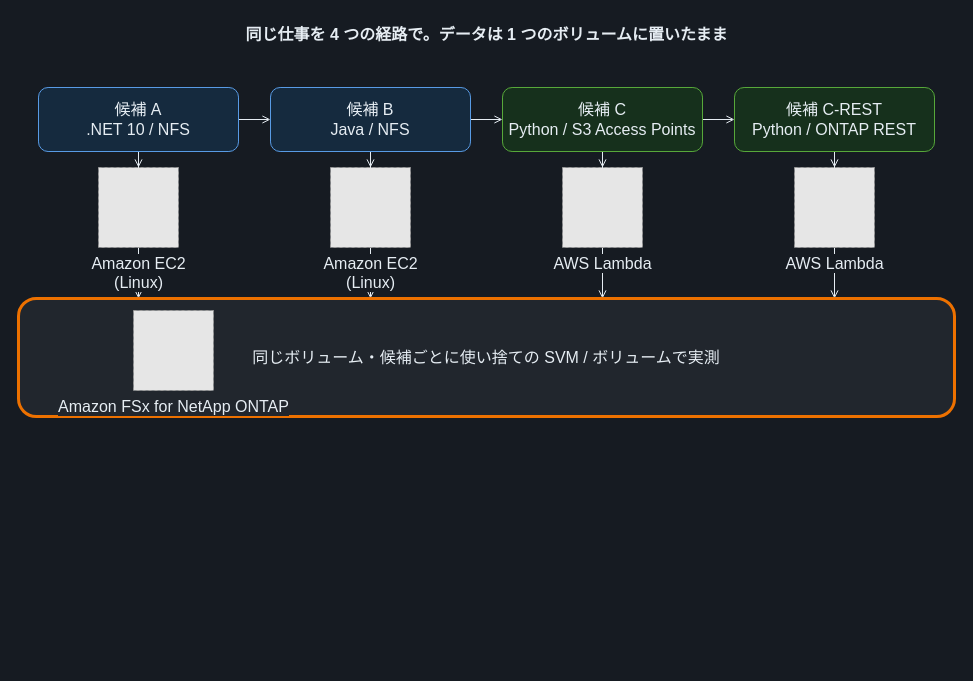
This is docs/_assets/diagrams/cover-appmod-runtime-dark.drawio from Yoshiki0705/FSx-for-ONTAP-App-Modernization-Patterns, a draw.io file, before an edit. Source tidied: cells renumbered, new cells numbered last; positions are measured from the earlier drawing's top-left corner, leaving out a move shared by most shapes. Both pictures are drawn from the tidied source at 100%, with x=0, y=0 at pixel (18, 17). Pictures stored in the file or linked from it are replaced by grey dashed boxes.
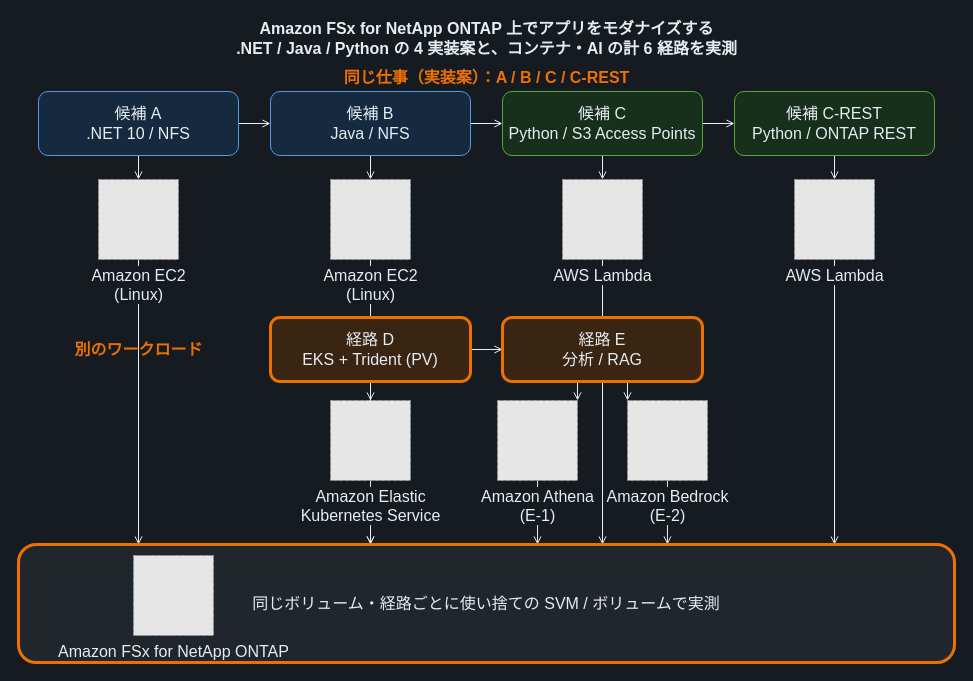
After the change.

The edit, as a diff of the source:
```diff
@@
-    <mxCell id="2" value="同じ仕事を 4 つの経路で。データは 1 つのボリュームに置いたまま" style="text;html=1;align=center;verticalAlign=middle;fontSize=16;fontStyle=1;fontColor=#E6EDF3;" parent="1" vertex="1">
-      <mxGeometry width="936" height="34" as="geometry" />
+    <mxCell id="2" value="Amazon FSx for NetApp ONTAP 上でアプリをモダナイズする&lt;br&gt;.NET / Java / Python の 4 実装案と、コンテナ・AI の計 6 経路を実測" style="text;html=1;align=center;verticalAlign=middle;fontSize=16;fontStyle=1;fontColor=#E6EDF3;" parent="1" vertex="1">
+      <mxGeometry y="4" width="936" height="34" as="geometry" />
     </mxCell>
@@
-    <mxCell id="10" style="edgeStyle=orthogonalEdgeStyle;rounded=0;jettySize=auto;html=1;endArrow=open;endFill=0;strokeColor=#E6EDF3;strokeWidth=1;fontSize=16;fontColor=#E6EDF3;labelBackgroundColor=#161B22;entryX=0.1282051282051282;entryY=0.0;entryDx=0;entryDy=0;" parent="1" edge="1" source="18" target="22">
+    <mxCell id="10" style="edgeStyle=orthogonalEdgeStyle;rounded=0;jettySize=auto;html=1;endArrow=open;endFill=0;strokeColor=#E6EDF3;strokeWidth=1;fontSize=16;fontColor=#E6EDF3;labelBackgroundColor=#161B22;" parent="1" edge="1" source="33" target="34">
       <mxGeometry relative="1" as="geometry" />
     </mxCell>
-    <mxCell id="11" style="edgeStyle=orthogonalEdgeStyle;rounded=0;jettySize=auto;html=1;endArrow=open;endFill=0;strokeColor=#E6EDF3;strokeWidth=1;fontSize=16;fontColor=#E6EDF3;labelBackgroundColor=#161B22;entryX=0.37606837606837606;entryY=0.0;entryDx=0;entryDy=0;" parent="1" edge="1" source="19" target="22">
+    <mxCell id="11" style="edgeStyle=orthogonalEdgeStyle;rounded=0;jettySize=auto;html=1;endArrow=open;endFill=0;strokeColor=#E6EDF3;strokeWidth=1;fontSize=16;fontColor=#E6EDF3;labelBackgroundColor=#161B22;" parent="1" edge="1" source="33" target="35">
       <mxGeometry relative="1" as="geometry" />
     </mxCell>
-    <mxCell id="12" style="edgeStyle=orthogonalEdgeStyle;rounded=0;jettySize=auto;html=1;endArrow=open;endFill=0;strokeColor=#E6EDF3;strokeWidth=1;fontSize=16;fontColor=#E6EDF3;labelBackgroundColor=#161B22;entryX=0.6239316239316239;entryY=0.0;entryDx=0;entryDy=0;" parent="1" edge="1" source="20" target="22">
+    <mxCell id="12" style="edgeStyle=orthogonalEdgeStyle;rounded=0;jettySize=auto;html=1;endArrow=open;endFill=0;strokeColor=#E6EDF3;strokeWidth=1;fontSize=16;fontColor=#E6EDF3;labelBackgroundColor=#161B22;exitX=0.4;exitY=1.0;exitDx=0;exitDy=0;entryX=1.0;entryY=0.0;entryDx=0;entryDy=0;" parent="1" edge="1" source="34" target="36">
       <mxGeometry relative="1" as="geometry" />
     </mxCell>
-    <mxCell id="13" style="edgeStyle=orthogonalEdgeStyle;rounded=0;jettySize=auto;html=1;endArrow=open;endFill=0;strokeColor=#E6EDF3;strokeWidth=1;fontSize=16;fontColor=#E6EDF3;labelBackgroundColor=#161B22;entryX=0.8717948717948718;entryY=0.0;entryDx=0;entryDy=0;" parent="1" edge="1" source="21" target="22">
+    <mxCell id="13" style="edgeStyle=orthogonalEdgeStyle;rounded=0;jettySize=auto;html=1;endArrow=open;endFill=0;strokeColor=#E6EDF3;strokeWidth=1;fontSize=16;fontColor=#E6EDF3;labelBackgroundColor=#161B22;exitX=0.6;exitY=1.0;exitDx=0;exitDy=0;entryX=0.0;entryY=0.0;entryDx=0;entryDy=0;" parent="1" edge="1" source="34" target="37">
       <mxGeometry relative="1" as="geometry" />
     </mxCell>
+    <mxCell id="24" style="edgeStyle=orthogonalEdgeStyle;rounded=0;jettySize=auto;html=1;endArrow=open;endFill=0;strokeColor=#E6EDF3;strokeWidth=1;fontSize=16;fontColor=#E6EDF3;labelBackgroundColor=#161B22;entryX=0.1282051282051282;entryY=0.0;entryDx=0;entryDy=0;" parent="1" edge="1" source="18" target="22">
+      <mxGeometry relative="1" as="geometry" />
+    </mxCell>
+    <mxCell id="25" style="edgeStyle=orthogonalEdgeStyle;rounded=0;jettySize=auto;html=1;endArrow=open;endFill=0;strokeColor=#E6EDF3;strokeWidth=1;fontSize=16;fontColor=#E6EDF3;labelBackgroundColor=#161B22;entryX=0.37606837606837606;entryY=0.0;entryDx=0;entryDy=0;" parent="1" edge="1" source="19" target="22">
+      <mxGeometry relative="1" as="geometry" />
+    </mxCell>
+    <mxCell id="26" style="edgeStyle=orthogonalEdgeStyle;rounded=0;jettySize=auto;html=1;endArrow=open;endFill=0;strokeColor=#E6EDF3;strokeWidth=1;fontSize=16;fontColor=#E6EDF3;labelBackgroundColor=#161B22;entryX=0.6239316239316239;entryY=0.0;entryDx=0;entryDy=0;" parent="1" edge="1" source="20" target="22">
+      <mxGeometry relative="1" as="geometry" />
+    </mxCell>
+    <mxCell id="27" style="edgeStyle=orthogonalEdgeStyle;rounded=0;jettySize=auto;html=1;endArrow=open;endFill=0;strokeColor=#E6EDF3;strokeWidth=1;fontSize=16;fontColor=#E6EDF3;labelBackgroundColor=#161B22;entryX=0.8717948717948718;entryY=0.0;entryDx=0;entryDy=0;" parent="1" edge="1" source="21" target="22">
+      <mxGeometry relative="1" as="geometry" />
+    </mxCell>
+    <mxCell id="28" style="edgeStyle=orthogonalEdgeStyle;rounded=0;jettySize=auto;html=1;endArrow=open;endFill=0;strokeColor=#E6EDF3;strokeWidth=1;fontSize=16;fontColor=#E6EDF3;labelBackgroundColor=#161B22;entryX=0.37606837606837606;entryY=0.0;entryDx=0;entryDy=0;" parent="1" edge="1" source="35" target="22">
+      <mxGeometry relative="1" as="geometry" />
+    </mxCell>
+    <mxCell id="29" style="edgeStyle=orthogonalEdgeStyle;rounded=0;jettySize=auto;html=1;endArrow=open;endFill=0;strokeColor=#E6EDF3;strokeWidth=1;fontSize=16;fontColor=#E6EDF3;labelBackgroundColor=#161B22;entryX=0.5545299145299145;entryY=0.0;entryDx=0;entryDy=0;" parent="1" edge="1" source="36" target="22">
+      <mxGeometry relative="1" as="geometry" />
+    </mxCell>
+    <mxCell id="30" style="edgeStyle=orthogonalEdgeStyle;rounded=0;jettySize=auto;html=1;endArrow=open;endFill=0;strokeColor=#E6EDF3;strokeWidth=1;fontSize=16;fontColor=#E6EDF3;labelBackgroundColor=#161B22;entryX=0.6933333333333332;entryY=0.0;entryDx=0;entryDy=0;" parent="1" edge="1" source="37" target="22">
+      <mxGeometry relative="1" as="geometry" />
+    </mxCell>
+    <mxCell id="31" value="同じ仕事（実装案）：A / B / C / C-REST" style="text;html=1;align=center;verticalAlign=middle;fontSize=16;fontStyle=1;fontColor=#ED7100;" parent="1" vertex="1">
+      <mxGeometry x="236" y="48" width="464" height="24" as="geometry" />
+    </mxCell>
+    <mxCell id="32" value="別のワークロード" style="text;html=1;align=center;verticalAlign=middle;fontSize=16;fontStyle=1;fontColor=#ED7100;" parent="1" vertex="1">
+      <mxGeometry x="4" y="320" width="232" height="24" as="geometry" />
+    </mxCell>
     <mxCell id="14" value="候補 A&lt;br&gt;.NET 10 / NFS" style="rounded=1;whiteSpace=wrap;html=1;dashed=0;strokeColor=#589BE5;fillColor=#152A3E;align=center;verticalAlign=middle;fontSize=16;fontColor=#E6EDF3;" parent="1" vertex="1">
-      <mxGeometry x="20" y="70" width="200" height="64" as="geometry" />
+      <mxGeometry x="20" y="74" width="200" height="64" as="geometry" />
     </mxCell>
     <mxCell id="15" value="候補 B&lt;br&gt;Java / NFS" style="rounded=1;whiteSpace=wrap;html=1;dashed=0;strokeColor=#589BE5;fillColor=#152A3E;align=center;verticalAlign=middle;fontSize=16;fontColor=#E6EDF3;" parent="1" vertex="1">
-      <mxGeometry x="252" y="70" width="200" height="64" as="geometry" />
+      <mxGeometry x="252" y="74" width="200" height="64" as="geometry" />
     </mxCell>
     <mxCell id="16" value="候補 C&lt;br&gt;Python / S3 Access Points" style="rounded=1;whiteSpace=wrap;html=1;dashed=0;strokeColor=#57A83A;fillColor=#16301C;align=center;verticalAlign=middle;fontSize=16;fontColor=#E6EDF3;" parent="1" vertex="1">
-      <mxGeometry x="484" y="70" width="200" height="64" as="geometry" />
+      <mxGeometry x="484" y="74" width="200" height="64" as="geometry" />
     </mxCell>
     <mxCell id="17" value="候補 C-REST&lt;br&gt;Python / ONTAP REST" style="rounded=1;whiteSpace=wrap;html=1;dashed=0;strokeColor=#57A83A;fillColor=#16301C;align=center;verticalAlign=middle;fontSize=16;fontColor=#E6EDF3;" parent="1" vertex="1">
-      <mxGeometry x="716" y="70" width="200" height="64" as="geometry" />
+      <mxGeometry x="716" y="74" width="200" height="64" as="geometry" />
     </mxCell>
     <mxCell id="18" value="Amazon EC2&lt;br&gt;(Linux)" style="fillColor=#E6E6E6;strokeColor=#999999;dashed=1;html=1;verticalLabelPosition=bottom;verticalAlign=top;labelPosition=center;align=center;fontSize=16;fontColor=#E6EDF3;labelBackgroundColor=#161B22;" parent="1" vertex="1">
-      <mxGeometry x="80" y="150" width="80" height="80" as="geometry" />
+      <mxGeometry x="80" y="162" width="80" height="80" as="geometry" />
     </mxCell>
     <mxCell id="19" value="Amazon EC2&lt;br&gt;(Linux)" style="fillColor=#E6E6E6;strokeColor=#999999;dashed=1;html=1;verticalLabelPosition=bottom;verticalAlign=top;labelPosition=center;align=center;fontSize=16;fontColor=#E6EDF3;labelBackgroundColor=#161B22;" parent="1" vertex="1">
-      <mxGeometry x="312" y="150" width="80" height="80" as="geometry" />
+      <mxGeometry x="312" y="162" width="80" height="80" as="geometry" />
     </mxCell>
     <mxCell id="20" value="AWS Lambda" style="fillColor=#E6E6E6;strokeColor=#999999;dashed=1;html=1;verticalLabelPosition=bottom;verticalAlign=top;labelPosition=center;align=center;fontSize=16;fontColor=#E6EDF3;labelBackgroundColor=#161B22;" parent="1" vertex="1">
-      <mxGeometry x="544" y="150" width="80" height="80" as="geometry" />
+      <mxGeometry x="544" y="162" width="80" height="80" as="geometry" />
     </mxCell>
     <mxCell id="21" value="AWS Lambda" style="fillColor=#E6E6E6;strokeColor=#999999;dashed=1;html=1;verticalLabelPosition=bottom;verticalAlign=top;labelPosition=center;align=center;fontSize=16;fontColor=#E6EDF3;labelBackgroundColor=#161B22;" parent="1" vertex="1">
-      <mxGeometry x="776" y="150" width="80" height="80" as="geometry" />
+      <mxGeometry x="776" y="162" width="80" height="80" as="geometry" />
     </mxCell>
+    <mxCell id="33" value="経路 D&lt;br&gt;EKS + Trident (PV)" style="rounded=1;whiteSpace=wrap;html=1;dashed=0;strokeColor=#ED7100;fillColor=#3A2412;align=center;verticalAlign=middle;fontSize=16;fontColor=#E6EDF3;strokeWidth=3;" parent="1" vertex="1">
+      <mxGeometry x="252" y="300" width="200" height="64" as="geometry" />
+    </mxCell>
+    <mxCell id="34" value="経路 E&lt;br&gt;分析 / RAG" style="rounded=1;whiteSpace=wrap;html=1;dashed=0;strokeColor=#ED7100;fillColor=#3A2412;align=center;verticalAlign=middle;fontSize=16;fontColor=#E6EDF3;strokeWidth=3;" parent="1" vertex="1">
+      <mxGeometry x="484" y="300" width="200" height="64" as="geometry" />
+    </mxCell>
+    <mxCell id="35" value="Amazon Elastic&lt;br&gt;Kubernetes Service" style="fillColor=#E6E6E6;strokeColor=#999999;dashed=1;html=1;verticalLabelPosition=bottom;verticalAlign=top;labelPosition=center;align=center;fontSize=16;fontColor=#E6EDF3;labelBackgroundColor=#161B22;" parent="1" vertex="1">
+      <mxGeometry x="312" y="383" width="80" height="80" as="geometry" />
+    </mxCell>
+    <mxCell id="36" value="Amazon Athena&lt;br&gt;(E-1)" style="fillColor=#E6E6E6;strokeColor=#999999;dashed=1;html=1;verticalLabelPosition=bottom;verticalAlign=top;labelPosition=center;align=center;fontSize=16;fontColor=#E6EDF3;labelBackgroundColor=#161B22;" parent="1" vertex="1">
+      <mxGeometry x="479" y="383" width="80" height="80" as="geometry" />
+    </mxCell>
+    <mxCell id="37" value="Amazon Bedrock&lt;br&gt;(E-2)" style="fillColor=#E6E6E6;strokeColor=#999999;dashed=1;html=1;verticalLabelPosition=bottom;verticalAlign=top;labelPosition=center;align=center;fontSize=16;fontColor=#E6EDF3;labelBackgroundColor=#161B22;" parent="1" vertex="1">
+      <mxGeometry x="609" y="383" width="80" height="80" as="geometry" />
+    </mxCell>
-    <mxCell id="22" value="同じボリューム・候補ごとに使い捨ての SVM / ボリュームで実測" style="rounded=1;whiteSpace=wrap;html=1;dashed=0;strokeColor=#ED7100;fillColor=#21262D;align=center;verticalAlign=middle;fontSize=16;fontColor=#E6EDF3;strokeWidth=3;" parent="1" vertex="1">
-      <mxGeometry y="281" width="936" height="118" as="geometry" />
+    <mxCell id="22" value="同じボリューム・経路ごとに使い捨ての SVM / ボリュームで実測" style="rounded=1;whiteSpace=wrap;html=1;dashed=0;strokeColor=#ED7100;fillColor=#21262D;align=center;verticalAlign=middle;fontSize=16;fontColor=#E6EDF3;strokeWidth=3;" parent="1" vertex="1">
+      <mxGeometry y="527" width="936" height="118" as="geometry" />
     </mxCell>
     <mxCell id="23" value="Amazon FSx for NetApp ONTAP" style="fillColor=#E6E6E6;strokeColor=#999999;dashed=1;html=1;verticalLabelPosition=bottom;verticalAlign=top;labelPosition=center;align=center;fontSize=16;fontColor=#E6EDF3;labelBackgroundColor=#21262D;" parent="1" vertex="1">
-      <mxGeometry x="115" y="293" width="80" height="80" as="geometry" />
+      <mxGeometry x="115" y="538" width="80" height="80" as="geometry" />
     </mxCell>
```
